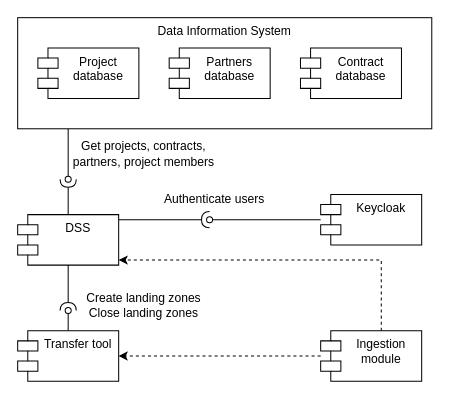
Above: docs/technical-documentation/architecture-and-design/components/dss_components.drawio in elixir-luxembourg/dss (draw.io), before the change. Source tidied: cells renumbered, new cells numbered last; positions are measured from the earlier drawing's top-left corner, leaving out a move shared by most shapes. Both pictures are drawn from the tidied source at 101%, with x=0, y=0 at pixel (17, 17).
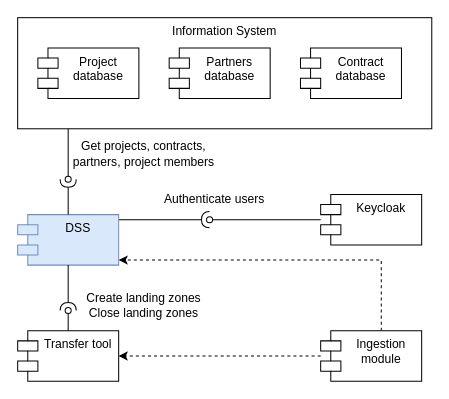
The same diagram, later.

Diff of the diagram source:
```diff
@@
-    <mxCell id="3" value="Data Information System" style="html=1;whiteSpace=wrap;verticalAlign=top;" parent="1" vertex="1">
+    <mxCell id="3" value="Information System" style="html=1;whiteSpace=wrap;verticalAlign=top;" parent="1" vertex="1">
       <mxGeometry width="410" height="110" as="geometry" />
     </mxCell>
@@
-    <mxCell id="5" value="DSS" style="shape=module;align=left;spacingLeft=20;align=center;verticalAlign=top;whiteSpace=wrap;html=1;" parent="1" vertex="1">
+    <mxCell id="5" value="DSS" style="shape=module;align=left;spacingLeft=20;align=center;verticalAlign=top;whiteSpace=wrap;html=1;fillColor=#dae8fc;strokeColor=#6c8ebf;" parent="1" vertex="1">
       <mxGeometry y="195" width="100" height="50" as="geometry" />
     </mxCell>
```
